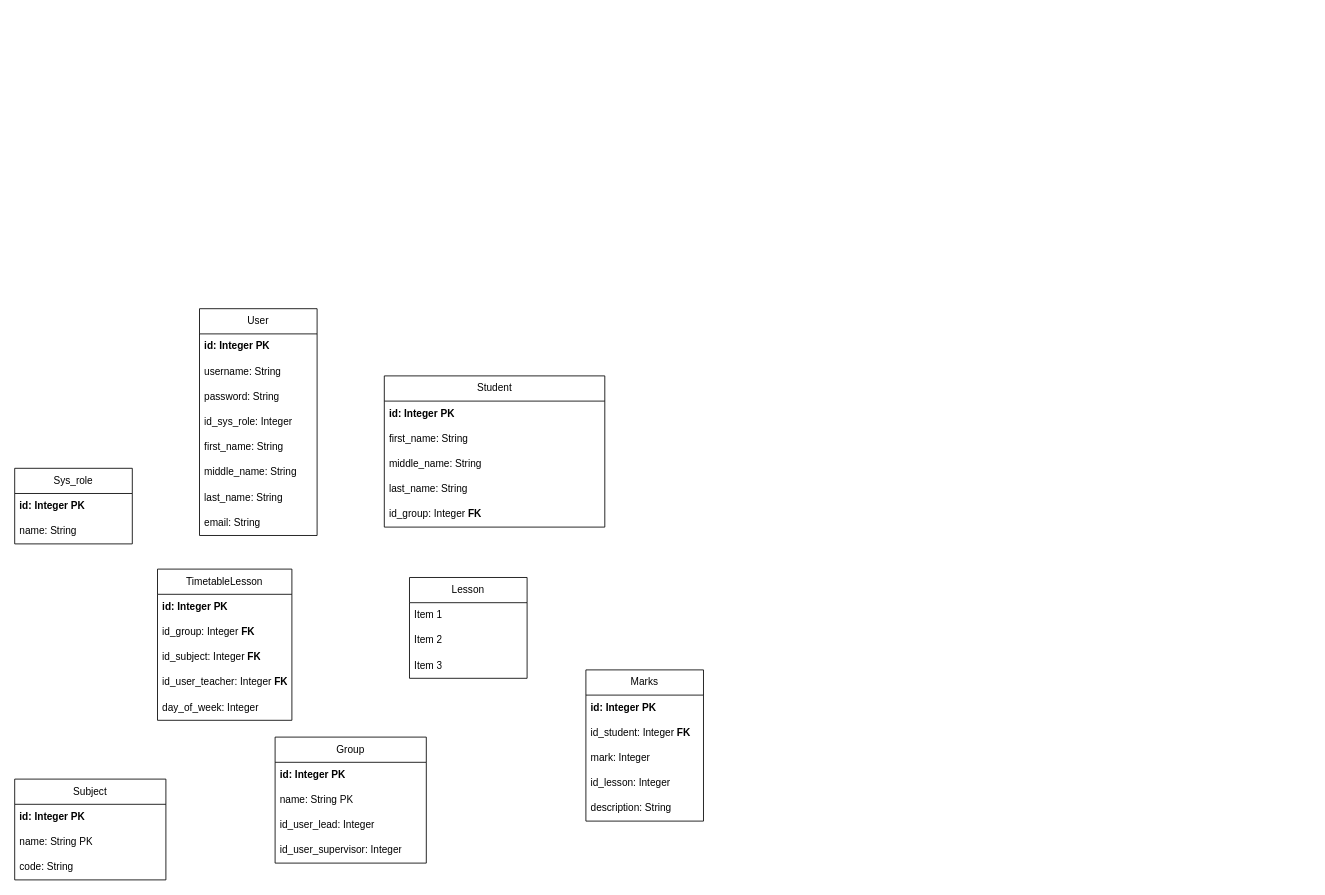
Before: StudentJournal.drawio in MountainNerd/SJournal_ERD, a draw.io diagram. Source tidied: cells renumbered, new cells numbered last; positions are measured from the earlier drawing's top-left corner, leaving out a move shared by most shapes. Both pictures are drawn from the tidied source at 84%, with x=0, y=0 at pixel (14, 308).
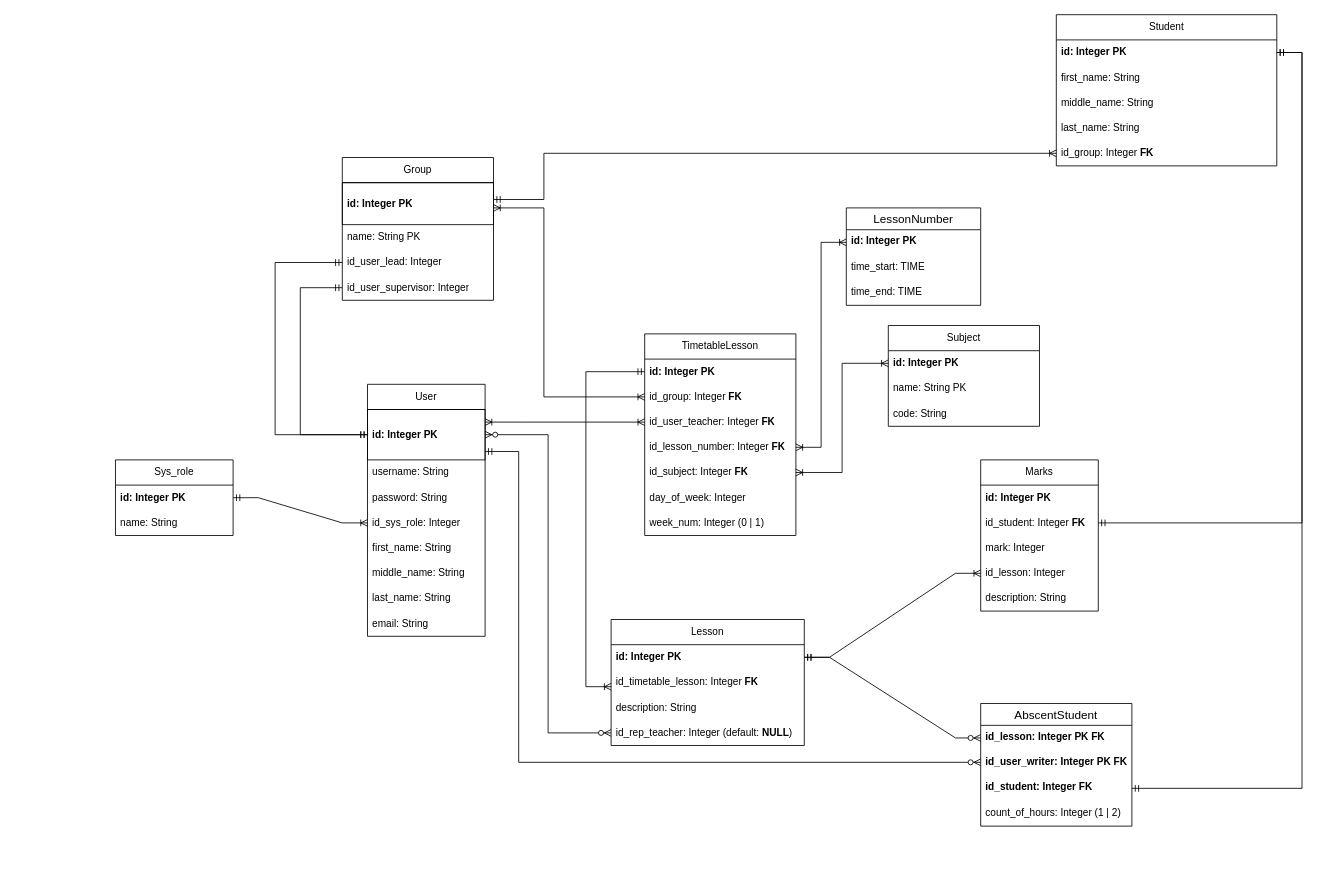
The same page after the edit.

The change refers to these unchanged cells:
```xml
<mxCell id="12" value="&lt;b&gt;id: Integer PK&lt;/b&gt;" style="text;strokeColor=none;fillColor=none;align=left;verticalAlign=middle;spacingLeft=4;spacingRight=4;overflow=hidden;points=[[0,0.5],[1,0.5]];portConstraint=eastwest;whiteSpace=wrap;html=1;" parent="11" vertex="1">
  <mxGeometry y="30" width="140" height="30" as="geometry" />
</mxCell>
<mxCell id="26" value="&lt;b&gt;id: Integer PK&lt;/b&gt;" style="text;strokeColor=none;fillColor=none;align=left;verticalAlign=middle;spacingLeft=4;spacingRight=4;overflow=hidden;points=[[0,0.5],[1,0.5]];portConstraint=eastwest;whiteSpace=wrap;html=1;" parent="25" vertex="1">
  <mxGeometry y="30" width="180" height="30" as="geometry" />
</mxCell>
<mxCell id="30" value="&lt;b&gt;id: Integer PK&lt;/b&gt;" style="text;strokeColor=none;fillColor=none;align=left;verticalAlign=middle;spacingLeft=4;spacingRight=4;overflow=hidden;points=[[0,0.5],[1,0.5]];portConstraint=eastwest;whiteSpace=wrap;html=1;" parent="29" vertex="1">
  <mxGeometry y="30" width="262.5" height="30" as="geometry" />
</mxCell>
<mxCell id="34" value="id_group: Integer &lt;b&gt;FK&lt;/b&gt;" style="text;strokeColor=none;fillColor=none;align=left;verticalAlign=middle;spacingLeft=4;spacingRight=4;overflow=hidden;points=[[0,0.5],[1,0.5]];portConstraint=eastwest;whiteSpace=wrap;html=1;" parent="29" vertex="1">
  <mxGeometry y="150" width="262.5" height="30" as="geometry" />
</mxCell>
<mxCell id="37" value="id_student: Integer &lt;b&gt;FK&lt;/b&gt;" style="text;strokeColor=none;fillColor=none;align=left;verticalAlign=middle;spacingLeft=4;spacingRight=4;overflow=hidden;points=[[0,0.5],[1,0.5]];portConstraint=eastwest;whiteSpace=wrap;html=1;" parent="35" vertex="1">
  <mxGeometry y="60" width="140" height="30" as="geometry" />
</mxCell>
<mxCell id="39" value="id_lesson: Integer" style="text;strokeColor=none;fillColor=none;align=left;verticalAlign=middle;spacingLeft=4;spacingRight=4;overflow=hidden;points=[[0,0.5],[1,0.5]];portConstraint=eastwest;whiteSpace=wrap;html=1;" parent="35" vertex="1">
  <mxGeometry y="120" width="140" height="30" as="geometry" />
</mxCell>
```

What changed in the source:
```diff
@@
     <mxCell id="2" value="User" style="swimlane;fontStyle=0;horizontal=1;startSize=30;whiteSpace=wrap;html=1;" parent="1" vertex="1">
-      <mxGeometry x="220" width="140" height="270" as="geometry" />
+      <mxGeometry x="420" y="90" width="140" height="300" as="geometry" />
     </mxCell>
-    <mxCell id="3" value="&lt;b&gt;id: Integer PK&lt;/b&gt;" style="text;strokeColor=none;fillColor=none;align=left;verticalAlign=middle;spacingLeft=4;spacingRight=4;overflow=hidden;points=[[0,0.5],[1,0.5]];portConstraint=eastwest;whiteSpace=wrap;html=1;" parent="2" vertex="1">
-      <mxGeometry y="30" width="140" height="30" as="geometry" />
+    <mxCell id="3" value="&lt;b&gt;id: Integer PK&lt;/b&gt;" style="text;strokeColor=default;fillColor=none;align=left;verticalAlign=middle;spacingLeft=4;spacingRight=4;overflow=hidden;points=[[0,0.5],[1,0.5]];portConstraint=eastwest;whiteSpace=wrap;html=1;shadow=0;" parent="2" vertex="1">
+      <mxGeometry y="30" width="140" height="60" as="geometry" />
     </mxCell>
     <mxCell id="4" value="username: String" style="text;strokeColor=none;fillColor=none;align=left;verticalAlign=middle;spacingLeft=4;spacingRight=4;overflow=hidden;whiteSpace=wrap;html=1;" parent="2" vertex="1">
-      <mxGeometry y="60" width="140" height="30" as="geometry" />
+      <mxGeometry y="90" width="140" height="30" as="geometry" />
     </mxCell>
     <mxCell id="5" value="password: String" style="text;strokeColor=none;fillColor=none;align=left;verticalAlign=middle;spacingLeft=4;spacingRight=4;overflow=hidden;whiteSpace=wrap;html=1;" parent="2" vertex="1">
-      <mxGeometry y="90" width="140" height="30" as="geometry" />
+      <mxGeometry y="120" width="140" height="30" as="geometry" />
     </mxCell>
     <mxCell id="6" value="id_sys_role: Integer" style="text;strokeColor=none;fillColor=none;align=left;verticalAlign=middle;spacingLeft=4;spacingRight=4;overflow=hidden;points=[[0,0.5],[1,0.5]];portConstraint=eastwest;whiteSpace=wrap;html=1;" parent="2" vertex="1">
-      <mxGeometry y="120" width="140" height="30" as="geometry" />
+      <mxGeometry y="150" width="140" height="30" as="geometry" />
     </mxCell>
     <mxCell id="7" value="first_name: String" style="text;strokeColor=none;fillColor=none;align=left;verticalAlign=middle;spacingLeft=4;spacingRight=4;overflow=hidden;whiteSpace=wrap;html=1;" parent="2" vertex="1">
-      <mxGeometry y="150" width="140" height="30" as="geometry" />
+      <mxGeometry y="180" width="140" height="30" as="geometry" />
     </mxCell>
     <mxCell id="8" value="middle_name: String" style="text;strokeColor=none;fillColor=none;align=left;verticalAlign=middle;spacingLeft=4;spacingRight=4;overflow=hidden;whiteSpace=wrap;html=1;" parent="2" vertex="1">
-      <mxGeometry y="180" width="140" height="30" as="geometry" />
+      <mxGeometry y="210" width="140" height="30" as="geometry" />
     </mxCell>
     <mxCell id="9" value="last_name: String" style="text;strokeColor=none;fillColor=none;align=left;verticalAlign=middle;spacingLeft=4;spacingRight=4;overflow=hidden;whiteSpace=wrap;html=1;" parent="2" vertex="1">
-      <mxGeometry y="210" width="140" height="30" as="geometry" />
+      <mxGeometry y="240" width="140" height="30" as="geometry" />
     </mxCell>
     <mxCell id="10" value="email: String" style="text;strokeColor=none;fillColor=none;align=left;verticalAlign=middle;spacingLeft=4;spacingRight=4;overflow=hidden;whiteSpace=wrap;html=1;" parent="2" vertex="1">
-      <mxGeometry y="240" width="140" height="30" as="geometry" />
+      <mxGeometry y="270" width="140" height="30" as="geometry" />
     </mxCell>
     <mxCell id="11" value="Sys_role" style="swimlane;fontStyle=0;horizontal=1;startSize=30;whiteSpace=wrap;html=1;" parent="1" vertex="1">
-      <mxGeometry y="190" width="140" height="90" as="geometry" />
+      <mxGeometry x="120" y="180" width="140" height="90" as="geometry" />
     </mxCell>
@@
     <mxCell id="14" value="TimetableLesson" style="swimlane;fontStyle=0;horizontal=1;startSize=30;whiteSpace=wrap;html=1;" parent="1" vertex="1">
-      <mxGeometry x="170" y="310" width="160" height="180" as="geometry" />
+      <mxGeometry x="750" y="30" width="180" height="240" as="geometry" />
     </mxCell>
     <mxCell id="15" value="&lt;b&gt;id: Integer PK&lt;/b&gt;" style="text;strokeColor=none;fillColor=none;align=left;verticalAlign=middle;spacingLeft=4;spacingRight=4;overflow=hidden;points=[[0,0.5],[1,0.5]];portConstraint=eastwest;whiteSpace=wrap;html=1;" parent="14" vertex="1">
-      <mxGeometry y="30" width="160" height="30" as="geometry" />
+      <mxGeometry y="30" width="180" height="30" as="geometry" />
     </mxCell>
     <mxCell id="16" value="id_group: Integer &lt;b&gt;FK&lt;/b&gt;" style="text;strokeColor=none;fillColor=none;align=left;verticalAlign=middle;spacingLeft=4;spacingRight=4;overflow=hidden;points=[[0,0.5],[1,0.5]];portConstraint=eastwest;whiteSpace=wrap;html=1;" parent="14" vertex="1">
-      <mxGeometry y="60" width="160" height="30" as="geometry" />
+      <mxGeometry y="60" width="180" height="30" as="geometry" />
     </mxCell>
+    <mxCell id="18" value="id_user_teacher: Integer &lt;b&gt;FK&lt;/b&gt;" style="text;strokeColor=none;fillColor=none;align=left;verticalAlign=middle;spacingLeft=4;spacingRight=4;overflow=hidden;points=[[0,0.5],[1,0.5]];portConstraint=eastwest;whiteSpace=wrap;html=1;" parent="14" vertex="1">
+      <mxGeometry y="90" width="180" height="30" as="geometry" />
+    </mxCell>
+    <mxCell id="45" value="id_lesson_number: Integer &lt;b&gt;FK&lt;/b&gt;" style="text;strokeColor=none;fillColor=none;align=left;verticalAlign=middle;spacingLeft=4;spacingRight=4;overflow=hidden;points=[[0,0.5],[1,0.5]];portConstraint=eastwest;whiteSpace=wrap;html=1;" parent="14" vertex="1">
+      <mxGeometry y="120" width="180" height="30" as="geometry" />
+    </mxCell>
     <mxCell id="17" value="id_subject: Integer &lt;b&gt;FK&lt;/b&gt;" style="text;strokeColor=none;fillColor=none;align=left;verticalAlign=middle;spacingLeft=4;spacingRight=4;overflow=hidden;points=[[0,0.5],[1,0.5]];portConstraint=eastwest;whiteSpace=wrap;html=1;" parent="14" vertex="1">
-      <mxGeometry y="90" width="160" height="30" as="geometry" />
+      <mxGeometry y="150" width="180" height="30" as="geometry" />
     </mxCell>
-    <mxCell id="18" value="id_user_teacher: Integer &lt;b&gt;FK&lt;/b&gt;" style="text;strokeColor=none;fillColor=none;align=left;verticalAlign=middle;spacingLeft=4;spacingRight=4;overflow=hidden;points=[[0,0.5],[1,0.5]];portConstraint=eastwest;whiteSpace=wrap;html=1;" parent="14" vertex="1">
-      <mxGeometry y="120" width="160" height="30" as="geometry" />
-    </mxCell>
     <mxCell id="19" value="day_of_week: Integer" style="text;strokeColor=none;fillColor=none;align=left;verticalAlign=middle;spacingLeft=4;spacingRight=4;overflow=hidden;whiteSpace=wrap;html=1;" parent="14" vertex="1">
-      <mxGeometry y="150" width="160" height="30" as="geometry" />
+      <mxGeometry y="180" width="180" height="30" as="geometry" />
     </mxCell>
+    <mxCell id="46" value="week_num: Integer (0 | 1)" style="text;strokeColor=none;fillColor=none;align=left;verticalAlign=middle;spacingLeft=4;spacingRight=4;overflow=hidden;whiteSpace=wrap;html=1;" parent="14" vertex="1">
+      <mxGeometry y="210" width="180" height="30" as="geometry" />
+    </mxCell>
     <mxCell id="20" value="Group" style="swimlane;fontStyle=0;horizontal=1;startSize=30;whiteSpace=wrap;html=1;" parent="1" vertex="1">
-      <mxGeometry x="310" y="510" width="180" height="150" as="geometry" />
+      <mxGeometry x="390" y="-180" width="180" height="170" as="geometry" />
     </mxCell>
-    <mxCell id="21" value="&lt;b&gt;id: Integer PK&lt;/b&gt;" style="text;strokeColor=none;fillColor=none;align=left;verticalAlign=middle;spacingLeft=4;spacingRight=4;overflow=hidden;points=[[0,0.5],[1,0.5]];portConstraint=eastwest;whiteSpace=wrap;html=1;" parent="20" vertex="1">
-      <mxGeometry y="30" width="180" height="30" as="geometry" />
+    <mxCell id="21" value="&lt;b&gt;id: Integer PK&lt;/b&gt;" style="text;strokeColor=default;fillColor=none;align=left;verticalAlign=middle;spacingLeft=4;spacingRight=4;overflow=hidden;points=[[0,0.5],[1,0.5]];portConstraint=eastwest;whiteSpace=wrap;html=1;" parent="20" vertex="1">
+      <mxGeometry y="30" width="180" height="50" as="geometry" />
     </mxCell>
     <mxCell id="22" value="name: String PK" style="text;strokeColor=none;fillColor=none;align=left;verticalAlign=middle;spacingLeft=4;spacingRight=4;overflow=hidden;whiteSpace=wrap;html=1;" parent="20" vertex="1">
-      <mxGeometry y="60" width="180" height="30" as="geometry" />
+      <mxGeometry y="80" width="180" height="30" as="geometry" />
     </mxCell>
     <mxCell id="23" value="id_user_lead: Integer" style="text;strokeColor=none;fillColor=none;align=left;verticalAlign=middle;spacingLeft=4;spacingRight=4;overflow=hidden;points=[[0,0.5],[1,0.5]];portConstraint=eastwest;whiteSpace=wrap;html=1;" parent="20" vertex="1">
-      <mxGeometry y="90" width="180" height="30" as="geometry" />
+      <mxGeometry y="110" width="180" height="30" as="geometry" />
     </mxCell>
     <mxCell id="24" value="id_user_supervisor: Integer" style="text;strokeColor=none;fillColor=none;align=left;verticalAlign=middle;spacingLeft=4;spacingRight=4;overflow=hidden;points=[[0,0.5],[1,0.5]];portConstraint=eastwest;whiteSpace=wrap;html=1;" parent="20" vertex="1">
-      <mxGeometry y="120" width="180" height="30" as="geometry" />
+      <mxGeometry y="140" width="180" height="30" as="geometry" />
     </mxCell>
     <mxCell id="25" value="Subject" style="swimlane;fontStyle=0;horizontal=1;startSize=30;whiteSpace=wrap;html=1;" parent="1" vertex="1">
-      <mxGeometry y="560" width="180" height="120" as="geometry" />
+      <mxGeometry x="1040" y="20" width="180" height="120" as="geometry" />
     </mxCell>
@@
     <mxCell id="29" value="Student" style="swimlane;fontStyle=0;horizontal=1;startSize=30;whiteSpace=wrap;html=1;" parent="1" vertex="1">
-      <mxGeometry x="440" y="80" width="262.5" height="180" as="geometry" />
+      <mxGeometry x="1240" y="-350" width="262.5" height="180" as="geometry" />
     </mxCell>
@@
     <mxCell id="35" value="Marks" style="swimlane;fontStyle=0;horizontal=1;startSize=30;whiteSpace=wrap;html=1;" parent="1" vertex="1">
-      <mxGeometry x="680" y="430" width="140" height="180" as="geometry" />
+      <mxGeometry x="1150" y="180" width="140" height="180" as="geometry" />
     </mxCell>
@@
     <mxCell id="41" value="Lesson" style="swimlane;fontStyle=0;horizontal=1;startSize=30;whiteSpace=wrap;html=1;" parent="1" vertex="1">
-      <mxGeometry x="470" y="320" width="140" height="120" as="geometry" />
+      <mxGeometry x="710" y="370" width="230" height="150" as="geometry" />
     </mxCell>
-    <mxCell id="42" value="Item 1" style="text;strokeColor=none;fillColor=none;align=left;verticalAlign=middle;spacingLeft=4;spacingRight=4;overflow=hidden;points=[[0,0.5],[1,0.5]];portConstraint=eastwest;whiteSpace=wrap;html=1;" parent="41" vertex="1">
-      <mxGeometry y="30" width="140" height="30" as="geometry" />
+    <mxCell id="42" value="&lt;b&gt;id: Integer PK&lt;/b&gt;" style="text;strokeColor=none;fillColor=none;align=left;verticalAlign=middle;spacingLeft=4;spacingRight=4;overflow=hidden;points=[[0,0.5],[1,0.5]];portConstraint=eastwest;whiteSpace=wrap;html=1;" parent="41" vertex="1">
+      <mxGeometry y="30" width="230" height="30" as="geometry" />
     </mxCell>
-    <mxCell id="43" value="Item 2" style="text;strokeColor=none;fillColor=none;align=left;verticalAlign=middle;spacingLeft=4;spacingRight=4;overflow=hidden;points=[[0,0.5],[1,0.5]];portConstraint=eastwest;whiteSpace=wrap;html=1;" parent="41" vertex="1">
-      <mxGeometry y="60" width="140" height="30" as="geometry" />
+    <mxCell id="43" value="id_timetable_lesson: Integer &lt;b&gt;FK&lt;/b&gt;" style="text;strokeColor=none;fillColor=none;align=left;verticalAlign=middle;spacingLeft=4;spacingRight=4;overflow=hidden;points=[[0,0.5],[1,0.5]];portConstraint=eastwest;whiteSpace=wrap;html=1;" parent="41" vertex="1">
+      <mxGeometry y="60" width="230" height="30" as="geometry" />
     </mxCell>
-    <mxCell id="44" value="Item 3" style="text;strokeColor=none;fillColor=none;align=left;verticalAlign=middle;spacingLeft=4;spacingRight=4;overflow=hidden;whiteSpace=wrap;html=1;" parent="41" vertex="1">
-      <mxGeometry y="90" width="140" height="30" as="geometry" />
+    <mxCell id="44" value="description: String" style="text;strokeColor=none;fillColor=none;align=left;verticalAlign=middle;spacingLeft=4;spacingRight=4;overflow=hidden;whiteSpace=wrap;html=1;" parent="41" vertex="1">
+      <mxGeometry y="90" width="230" height="30" as="geometry" />
     </mxCell>
+    <mxCell id="47" value="id_rep_teacher: Integer (default: &lt;b&gt;NULL&lt;/b&gt;)" style="text;strokeColor=none;fillColor=none;align=left;verticalAlign=middle;spacingLeft=4;spacingRight=4;overflow=hidden;points=[[0,0.5],[1,0.5]];portConstraint=eastwest;whiteSpace=wrap;html=1;" parent="41" vertex="1">
+      <mxGeometry y="120" width="230" height="30" as="geometry" />
+    </mxCell>
+    <mxCell id="48" style="edgeStyle=elbowEdgeStyle;fontSize=12;html=1;endArrow=ERmandOne;startArrow=ERmandOne;rounded=0;" parent="1" edge="1" source="24" target="3">
+      <mxGeometry relative="1" as="geometry">
+        <Array as="points">
+          <mxPoint x="340" y="-130" />
+        </Array>
+      </mxGeometry>
+    </mxCell>
+    <mxCell id="49" style="edgeStyle=elbowEdgeStyle;fontSize=12;html=1;endArrow=ERmandOne;startArrow=ERmandOne;rounded=0;" parent="1" edge="1" source="3" target="23">
+      <mxGeometry relative="1" as="geometry">
+        <Array as="points">
+          <mxPoint x="310" y="-150" />
+        </Array>
+      </mxGeometry>
+    </mxCell>
+    <mxCell id="50" style="edgeStyle=entityRelationEdgeStyle;fontSize=12;html=1;endArrow=ERoneToMany;startArrow=ERmandOne;rounded=0;" parent="1" edge="1" source="12" target="6">
+      <mxGeometry relative="1" as="geometry" />
+    </mxCell>
+    <mxCell id="51" style="edgeStyle=orthogonalEdgeStyle;fontSize=12;html=1;endArrow=ERoneToMany;startArrow=ERmandOne;rounded=0;elbow=vertical;" parent="1" edge="1" source="21" target="34">
+      <mxGeometry relative="1" as="geometry">
+        <Array as="points">
+          <mxPoint x="630" y="-130" />
+          <mxPoint x="630" y="-185" />
+        </Array>
+      </mxGeometry>
+    </mxCell>
+    <mxCell id="52" style="edgeStyle=elbowEdgeStyle;fontSize=12;html=1;endArrow=ERoneToMany;startArrow=ERoneToMany;rounded=0;" parent="1" edge="1" source="17" target="26">
+      <mxGeometry relative="1" as="geometry" />
+    </mxCell>
+    <mxCell id="53" style="edgeStyle=orthogonalEdgeStyle;fontSize=12;html=1;endArrow=ERoneToMany;startArrow=ERoneToMany;rounded=0;" parent="1" edge="1" source="3" target="18">
+      <mxGeometry relative="1" as="geometry">
+        <Array as="points">
+          <mxPoint x="610" y="135" />
+          <mxPoint x="610" y="135" />
+        </Array>
+      </mxGeometry>
+    </mxCell>
+    <mxCell id="54" style="edgeStyle=elbowEdgeStyle;fontSize=12;html=1;endArrow=ERoneToMany;startArrow=ERoneToMany;rounded=0;" parent="1" edge="1" source="16" target="21">
+      <mxGeometry relative="1" as="geometry">
+        <Array as="points">
+          <mxPoint x="630" y="-120" />
+        </Array>
+      </mxGeometry>
+    </mxCell>
+    <mxCell id="55" value="LessonNumber" style="swimlane;fontStyle=0;horizontal=1;startSize=26;align=center;fontSize=14;" parent="1" vertex="1">
+      <mxGeometry x="990" y="-120" width="160" height="116" as="geometry" />
+    </mxCell>
+    <mxCell id="56" value="id: Integer PK" style="text;strokeColor=none;fillColor=none;spacingLeft=4;spacingRight=4;overflow=hidden;points=[[0,0.5],[1,0.5]];portConstraint=eastwest;fontSize=12;fontStyle=1;" parent="55" vertex="1">
+      <mxGeometry y="26" width="160" height="30" as="geometry" />
+    </mxCell>
+    <mxCell id="57" value="time_start: TIME" style="text;strokeColor=none;fillColor=none;spacingLeft=4;spacingRight=4;overflow=hidden;fontSize=12;" parent="55" vertex="1">
+      <mxGeometry y="56" width="160" height="30" as="geometry" />
+    </mxCell>
+    <mxCell id="58" value="time_end: TIME" style="text;strokeColor=none;fillColor=none;spacingLeft=4;spacingRight=4;overflow=hidden;fontSize=12;" parent="55" vertex="1">
+      <mxGeometry y="86" width="160" height="30" as="geometry" />
+    </mxCell>
+    <mxCell id="59" style="edgeStyle=entityRelationEdgeStyle;fontSize=12;html=1;endArrow=ERoneToMany;startArrow=ERoneToMany;rounded=0;" parent="1" edge="1" source="45" target="56">
+      <mxGeometry relative="1" as="geometry" />
+    </mxCell>
+    <mxCell id="60" style="edgeStyle=orthogonalEdgeStyle;fontSize=12;html=1;endArrow=ERoneToMany;startArrow=ERmandOne;rounded=0;elbow=vertical;" parent="1" edge="1" source="15" target="43">
+      <mxGeometry relative="1" as="geometry">
+        <Array as="points">
+          <mxPoint x="680" y="75" />
+          <mxPoint x="680" y="450" />
+        </Array>
+      </mxGeometry>
+    </mxCell>
+    <mxCell id="61" style="edgeStyle=entityRelationEdgeStyle;fontSize=12;html=1;endArrow=ERoneToMany;startArrow=ERmandOne;rounded=0;" parent="1" edge="1" source="42" target="39">
+      <mxGeometry relative="1" as="geometry" />
+    </mxCell>
+    <mxCell id="62" style="edgeStyle=orthogonalEdgeStyle;fontSize=12;html=1;endArrow=ERzeroToMany;endFill=1;startArrow=ERzeroToMany;rounded=0;elbow=vertical;" parent="1" edge="1" source="3" target="47">
+      <mxGeometry relative="1" as="geometry">
+        <Array as="points">
+          <mxPoint x="635" y="150" />
+          <mxPoint x="635" y="505" />
+        </Array>
+      </mxGeometry>
+    </mxCell>
+    <mxCell id="63" value="AbscentStudent" style="swimlane;fontStyle=0;horizontal=1;startSize=26;align=center;fontSize=14;" parent="1" vertex="1">
+      <mxGeometry x="1150" y="470" width="180" height="146" as="geometry" />
+    </mxCell>
+    <mxCell id="64" value="id_lesson: Integer PK FK" style="text;strokeColor=none;fillColor=none;spacingLeft=4;spacingRight=4;overflow=hidden;points=[[0,0.5],[1,0.5]];portConstraint=eastwest;fontSize=12;fontStyle=1;" parent="63" vertex="1">
+      <mxGeometry y="26" width="180" height="30" as="geometry" />
+    </mxCell>
+    <mxCell id="65" value="id_user_writer: Integer PK FK" style="text;strokeColor=none;fillColor=none;spacingLeft=4;spacingRight=4;overflow=hidden;points=[[0,0.5],[1,0.5]];portConstraint=eastwest;fontSize=12;fontStyle=1;" parent="63" vertex="1">
+      <mxGeometry y="56" width="180" height="30" as="geometry" />
+    </mxCell>
+    <mxCell id="66" value="id_student: Integer FK" style="text;strokeColor=none;fillColor=none;spacingLeft=4;spacingRight=4;overflow=hidden;points=[[0,0.5],[1,0.5]];portConstraint=eastwest;fontSize=12;fontStyle=1;" parent="63" vertex="1">
+      <mxGeometry y="86" width="180" height="30" as="geometry" />
+    </mxCell>
+    <mxCell id="67" value="count_of_hours: Integer (1 | 2)" style="text;strokeColor=none;fillColor=none;spacingLeft=4;spacingRight=4;overflow=hidden;fontSize=12;fontStyle=0;" parent="63" vertex="1">
+      <mxGeometry y="116" width="180" height="30" as="geometry" />
+    </mxCell>
+    <mxCell id="68" style="edgeStyle=entityRelationEdgeStyle;fontSize=12;html=1;endArrow=ERzeroToMany;startArrow=ERmandOne;rounded=0;elbow=vertical;" parent="1" edge="1" source="42" target="64">
+      <mxGeometry relative="1" as="geometry" />
+    </mxCell>
+    <mxCell id="69" style="edgeStyle=entityRelationEdgeStyle;fontSize=12;html=1;endArrow=ERmandOne;startArrow=ERmandOne;rounded=0;elbow=vertical;" parent="1" edge="1" source="66" target="30">
+      <mxGeometry relative="1" as="geometry" />
+    </mxCell>
+    <mxCell id="70" style="edgeStyle=entityRelationEdgeStyle;fontSize=12;html=1;endArrow=ERmandOne;startArrow=ERmandOne;rounded=0;elbow=vertical;" parent="1" edge="1" source="37" target="30">
+      <mxGeometry relative="1" as="geometry" />
+    </mxCell>
+    <mxCell id="71" style="edgeStyle=orthogonalEdgeStyle;fontSize=12;html=1;endArrow=ERzeroToMany;startArrow=ERmandOne;rounded=0;elbow=vertical;" parent="1" edge="1" source="3" target="65">
+      <mxGeometry relative="1" as="geometry">
+        <Array as="points">
+          <mxPoint x="600" y="170" />
+          <mxPoint x="600" y="540" />
+        </Array>
+      </mxGeometry>
+    </mxCell>
```
